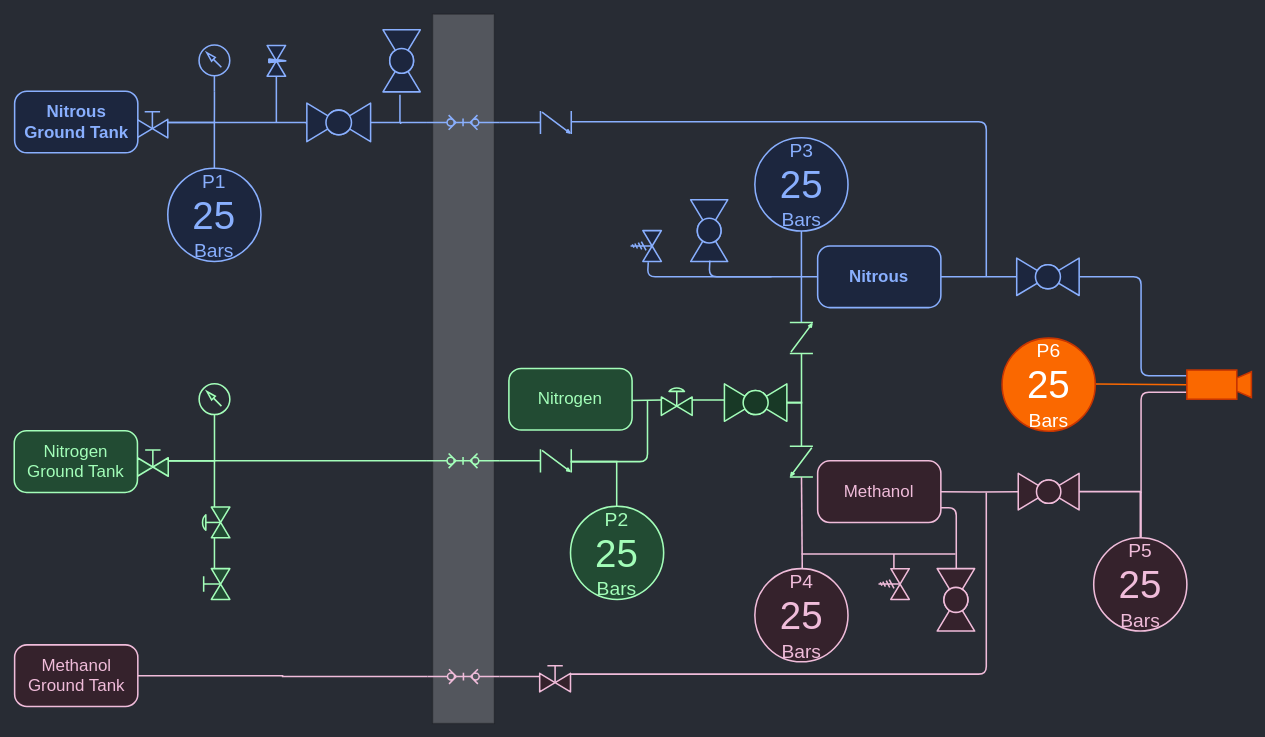
The draw.io diagram page "Simplified" (1 of 3) of CombinedPID.drawio in icl-rocketry/Propulsion-PIDs, before the edit. Source tidied: cells renumbered, new cells numbered last; positions are measured from the earlier drawing's top-left corner, leaving out a move shared by most shapes. Both pictures are drawn from the tidied source at 77%, with x=0, y=0 at pixel (14, 14).
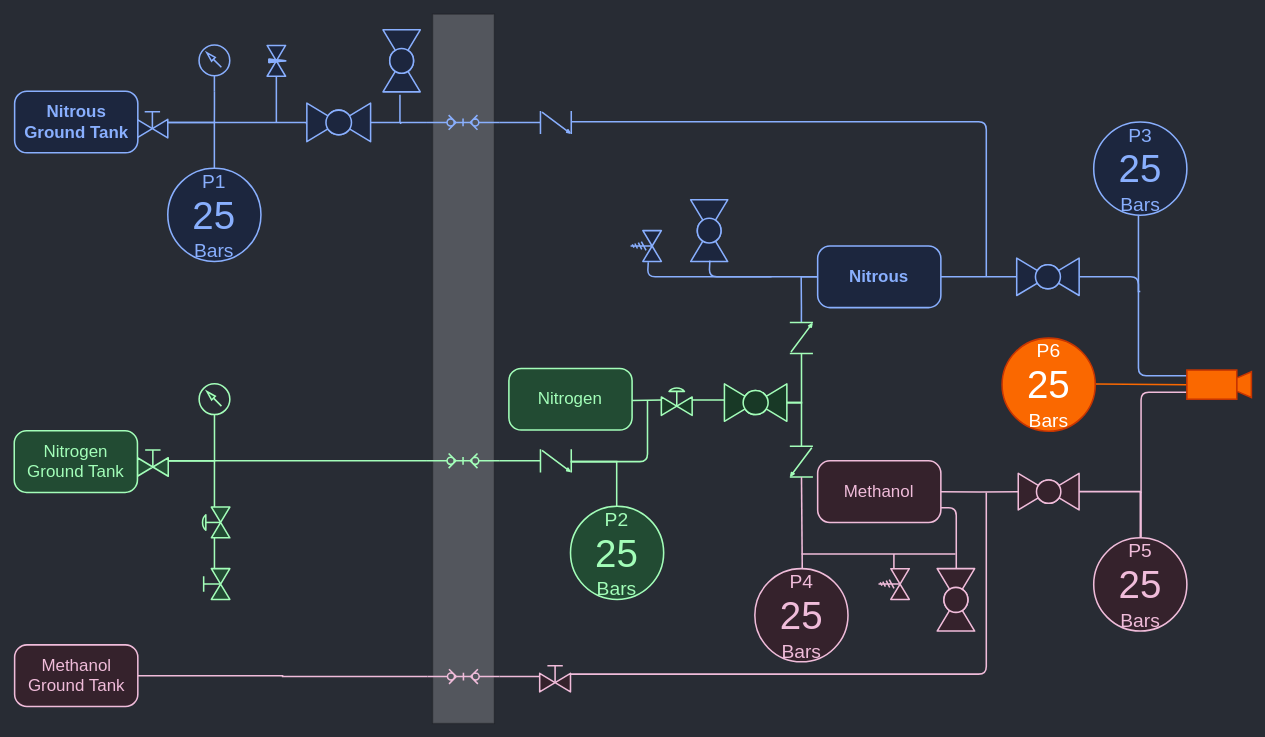
The same page after the edit.

Unchanged cells that the change refers to:
```xml
<mxCell id="43" style="verticalLabelPosition=bottom;align=center;html=1;verticalAlign=top;dashed=0;shape=mxgraph.pid2valves.valve;valveType=check;rotation=-90;fillColor=#183926;strokeColor=#A3FEB9;strokeWidth=2;" parent="1" vertex="1">
  <mxGeometry x="1002.2" y="405.5" width="40.1" height="30" as="geometry" />
</mxCell>
<mxCell id="59" style="verticalLabelPosition=bottom;align=center;html=1;verticalAlign=top;dashed=0;shape=mxgraph.pid2valves.valve;valveType=ball;rotation=-180;fillColor=#1C263E;strokeColor=#89AFFE;strokeWidth=2;" parent="1" vertex="1">
  <mxGeometry x="1301.9" y="316.7" width="81.1" height="48.6" as="geometry" />
</mxCell>
<mxCell id="64" value="Nitrous" style="rounded=1;whiteSpace=wrap;html=1;arcSize=20;fillColor=#1C263E;strokeColor=#89AFFE;fontColor=#89AFFE;fontStyle=1;fontSize=22;strokeWidth=2;" parent="1" vertex="1">
  <mxGeometry x="1043.4" y="301" width="160" height="80" as="geometry" />
</mxCell>
<mxCell id="70" style="rounded=0;whiteSpace=wrap;html=1;rotation=0;fillColor=#FA6800;strokeWidth=2;fontColor=#000000;strokeColor=#C73500;" parent="1" vertex="1">
  <mxGeometry x="1522.9" y="462.1" width="64.8" height="37.9" as="geometry" />
</mxCell>
```

Diff of the diagram source:
```diff
@@
-    <mxCell id="42" style="edgeStyle=orthogonalEdgeStyle;rounded=0;jettySize=auto;html=1;endArrow=none;endFill=0;strokeColor=#89AFFE;strokeWidth=2;entryX=0.5;entryY=1;entryDx=0;entryDy=0;" parent="1" edge="1" source="43">
-      <mxGeometry relative="1" as="geometry">
-        <mxPoint x="1022.3" y="281" as="targetPoint" />
-      </mxGeometry>
-    </mxCell>
+    <mxCell id="79" style="edgeStyle=orthogonalEdgeStyle;rounded=0;jettySize=auto;html=1;entryX=0;entryY=0.5;entryDx=0;entryDy=0;strokeColor=#89AFFE;strokeWidth=2;endArrow=none;endFill=0;" parent="1" edge="1" source="43" target="64">
+      <mxGeometry relative="1" as="geometry">
+        <Array as="points">
+          <mxPoint x="1022" y="380" />
+          <mxPoint x="1022" y="380" />
+          <mxPoint x="1022" y="341" />
+        </Array>
+      </mxGeometry>
+    </mxCell>
@@
     <mxCell id="58" style="edgeStyle=orthogonalEdgeStyle;rounded=1;jettySize=auto;html=1;entryX=-0.003;entryY=0.195;entryDx=0;entryDy=0;strokeColor=#89AFFE;strokeWidth=2;fillColor=#1C263E;endArrow=none;endFill=0;entryPerimeter=0;" parent="1" edge="1" source="59" target="70">
       <mxGeometry relative="1" as="geometry">
         <Array as="points">
-          <mxPoint x="1463.4" y="341" />
-          <mxPoint x="1463.4" y="470" />
-          <mxPoint x="1522.4" y="470" />
+          <mxPoint x="1460" y="341" />
+          <mxPoint x="1460" y="470" />
+          <mxPoint x="1523" y="470" />
         </Array>
       </mxGeometry>
     </mxCell>
@@
-    <mxCell id="73" value="P3&lt;br style=&quot;font-size: 25px;&quot;&gt;&lt;font style=&quot;font-size: 50px;&quot;&gt;25&lt;/font&gt;&lt;br style=&quot;font-size: 25px;&quot;&gt;Bars" style="ellipse;whiteSpace=wrap;html=1;fillColor=#1C263E;strokeColor=#89AFFE;rotation=0;fontColor=#89AFFE;strokeWidth=2;fontSize=25;" parent="1" vertex="1">
-      <mxGeometry x="961.8" y="160.5" width="121" height="121" as="geometry" />
-    </mxCell>
@@
+    <mxCell id="80" style="edgeStyle=orthogonalEdgeStyle;rounded=0;jettySize=auto;html=1;endArrow=none;endFill=0;strokeColor=#89AFFE;strokeWidth=2;" parent="1" edge="1" source="73">
+      <mxGeometry relative="1" as="geometry">
+        <mxPoint x="1462.4" y="360" as="targetPoint" />
+        <Array as="points">
+          <mxPoint x="1460" y="310" />
+          <mxPoint x="1460" y="310" />
+        </Array>
+      </mxGeometry>
+    </mxCell>
+    <mxCell id="73" value="P3&lt;br style=&quot;font-size: 25px;&quot;&gt;&lt;font style=&quot;font-size: 50px;&quot;&gt;25&lt;/font&gt;&lt;br style=&quot;font-size: 25px;&quot;&gt;Bars" style="ellipse;whiteSpace=wrap;html=1;fillColor=#1C263E;strokeColor=#89AFFE;rotation=0;fontColor=#89AFFE;strokeWidth=2;fontSize=25;" parent="1" vertex="1">
+      <mxGeometry x="1401.9" y="140" width="121" height="121" as="geometry" />
+    </mxCell>
```
